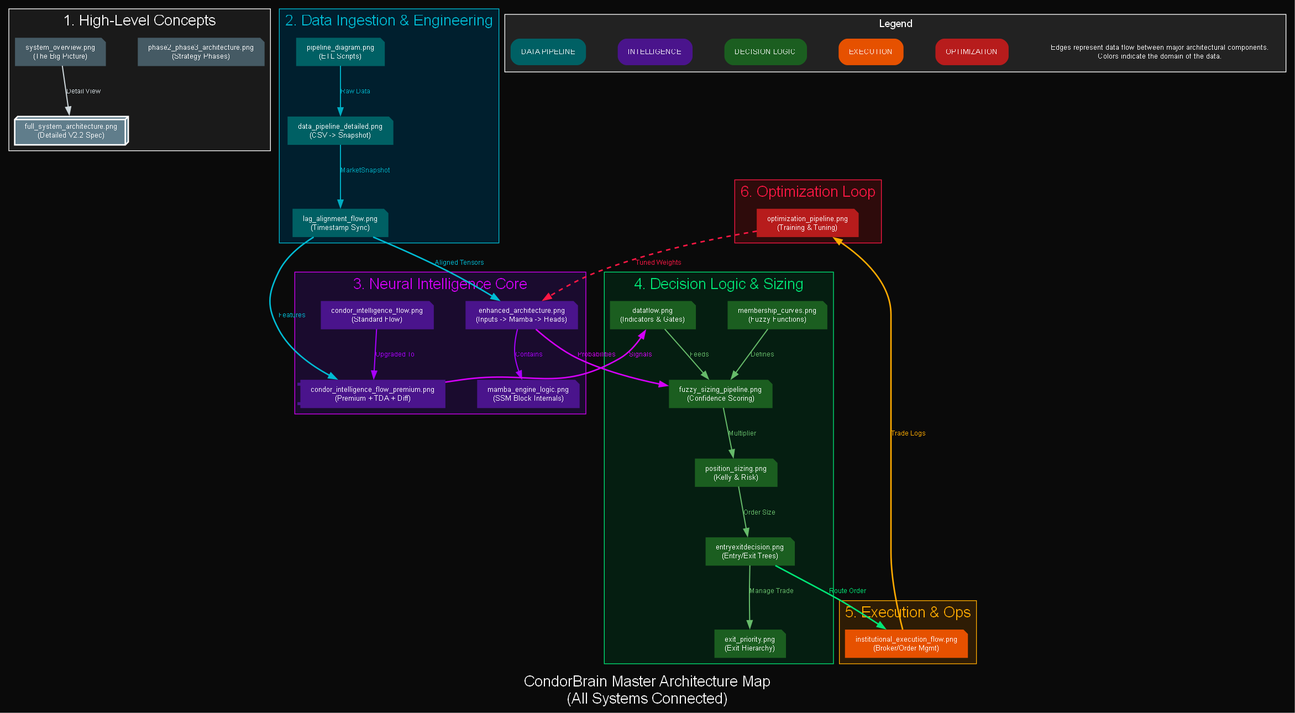
Above: docs/architecture/diagram_map.png in trextrader/spy-iron-condor-trading (Graphviz), before the change. Its source is kept beside it as docs/architecture/diagram_map.dot.
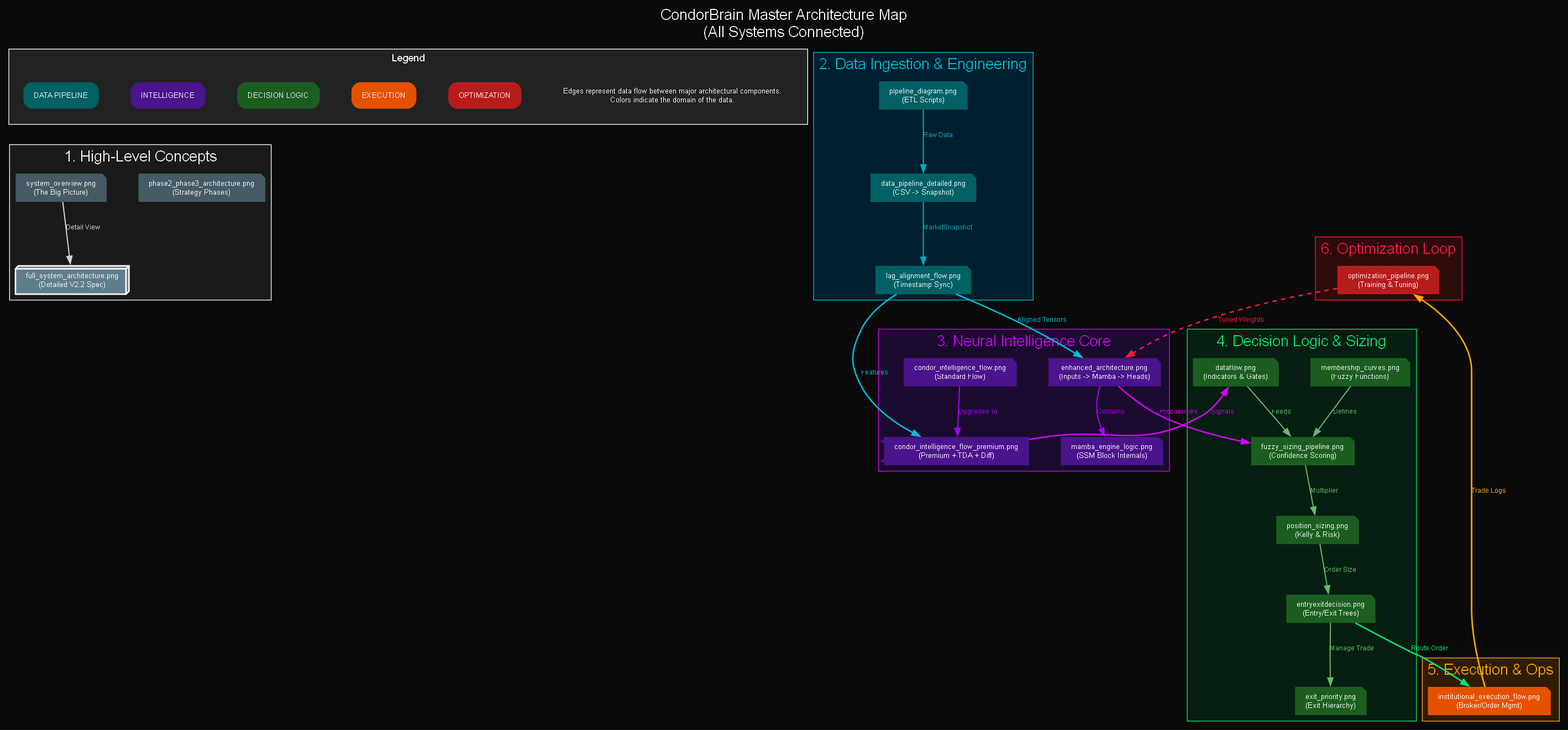
After the commit.

Commit message:
Move Legend to Top Center in Diagram Map

Diff of the diagram source:
```diff
@@ -12,6 +12,27 @@
     label = "CondorBrain Master Architecture Map\n(All Systems Connected)";
     fontcolor="white";
     fontsize=20;
+    labelloc="t";
+
+    subgraph cluster_legend {
+        label="Legend";
+        fontsize=14;
+        style=filled;
+        fillcolor="#222222";
+        color="white";
+        fontcolor="white";
+        margin=20;
+
+        {rank=same; leg_data; leg_intel; leg_logic; leg_exec; leg_opt}
+
+        leg_data [label="DATA PIPELINE", fillcolor="#006064", shape=rect];
+        leg_intel [label="INTELLIGENCE", fillcolor="#4a148c", shape=rect];
+        leg_logic [label="DECISION LOGIC", fillcolor="#1b5e20", shape=rect];
+        leg_exec [label="EXECUTION", fillcolor="#e65100", shape=rect];
+        leg_opt [label="OPTIMIZATION", fillcolor="#b71c1c", shape=rect];
+
+        leg_desc [label="Edges represent data flow between major architectural components.\nColors indicate the domain of the data.", shape=plaintext, fillcolor=none];
+    }
 
     subgraph cluster_overview {
         label = "1. High-Level Concepts";
@@ -109,25 +130,8 @@
         d_opt [label="optimization_pipeline.png\n(Training & Tuning)", href="optimization_pipeline.png"];
     }
 
-    subgraph cluster_legend {
-        label="Legend";
-        fontsize=14;
-        style=filled;
-        fillcolor="#222222";
-        color="white";
-        fontcolor="white";
 
-        {rank=same; leg_data; leg_intel; leg_logic; leg_exec; leg_opt}
-
-        leg_data [label="DATA PIPELINE", fillcolor="#006064", shape=rect];
-        leg_intel [label="INTELLIGENCE", fillcolor="#4a148c", shape=rect];
-        leg_logic [label="DECISION LOGIC", fillcolor="#1b5e20", shape=rect];
-        leg_exec [label="EXECUTION", fillcolor="#e65100", shape=rect];
-        leg_opt [label="OPTIMIZATION", fillcolor="#b71c1c", shape=rect];
-
-        leg_desc [label="Edges represent data flow between major architectural components.\nColors indicate the domain of the data.", shape=plaintext, fillcolor=none];
-    }
-
+    leg_data -> d_sys_overview [style=invis, weight=10];
 
     d_lag -> d_enhanced [label="Aligned Tensors", color="#00bcd4", fontcolor="#00bcd4", penwidth=2];
     d_lag -> d_flow_prem [label="Features", color="#00bcd4", fontcolor="#00bcd4", penwidth=2];
```
